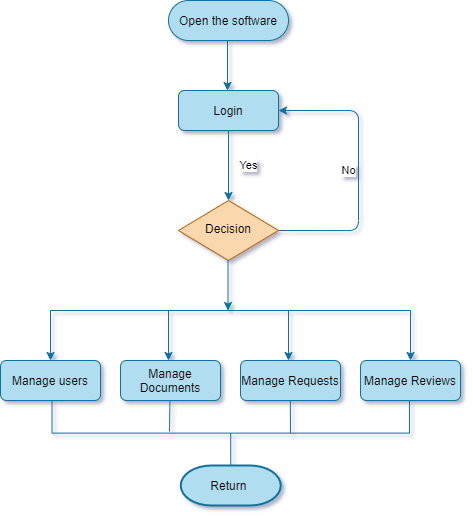
Earlier version of the draw.io export identity-group/sequence-diagram/Admin diagram.png (clecap/sector-coop). Source tidied: cells renumbered, new cells last; positions are measured from the earlier drawing's top-left corner, leaving out a move shared by most shapes. Its diagram source:
```xml
<mxGraphModel>
  <root>
    <mxCell id="0" />
    <mxCell id="1" parent="0" />
    <mxCell id="2" style="group;" parent="1" vertex="1">
      <mxGeometry width="460" height="505" as="geometry" />
    </mxCell>
    <mxCell id="3" style="group;" parent="2" vertex="1">
      <mxGeometry width="460" height="505" as="geometry" />
    </mxCell>
    <mxCell id="4" style="rounded=0;html=1;jettySize=auto;fontSize=11;endArrow=block;endFill=0;endSize=8;strokeWidth=1;shadow=0;labelBackgroundColor=none;edgeStyle=orthogonalEdgeStyle;" parent="3" edge="1" source="8">
      <mxGeometry relative="1" as="geometry">
        <mxPoint x="228" y="130" as="targetPoint" />
      </mxGeometry>
    </mxCell>
    <mxCell id="5" value="Open the software" style="rounded=1;whiteSpace=wrap;html=1;fontSize=12;glass=0;strokeWidth=1;shadow=0;fillColor=#b1ddf0;strokeColor=#10739e;arcSize=50;" parent="3" vertex="1">
      <mxGeometry x="168" width="120" height="40" as="geometry" />
    </mxCell>
    <mxCell id="6" value="No" style="edgeStyle=orthogonalEdgeStyle;rounded=1;html=1;jettySize=auto;orthogonalLoop=1;fontSize=11;endArrow=classic;labelBackgroundColor=#ffffff;entryX=1;entryY=0.5;entryDx=0;entryDy=0;exitX=1;exitY=0.5;exitDx=0;exitDy=0;strokeColor=#10739e;fillColor=#b1ddf0;" parent="3" edge="1">
      <mxGeometry y="10" relative="1" as="geometry">
        <mxPoint x="278" y="230" as="sourcePoint" />
        <mxPoint x="278" y="110" as="targetPoint" />
        <Array as="points">
          <mxPoint x="358" y="230" />
          <mxPoint x="358" y="110" />
        </Array>
      </mxGeometry>
    </mxCell>
    <mxCell id="7" value="Decision" style="rhombus;whiteSpace=wrap;html=1;shadow=0;fontFamily=Helvetica;fontSize=12;align=center;strokeWidth=1;spacing=6;spacingTop=-4;fillColor=#fad7ac;strokeColor=#b46504;" parent="3" vertex="1">
      <mxGeometry x="178" y="200" width="100" height="60" as="geometry" />
    </mxCell>
    <mxCell id="8" value="Login" style="rounded=1;whiteSpace=wrap;html=1;fillColor=#b1ddf0;strokeColor=#10739e;" parent="3" vertex="1">
      <mxGeometry x="178" y="90" width="100" height="40" as="geometry" />
    </mxCell>
    <mxCell id="9" value="Yes" style="rounded=1;html=1;jettySize=auto;fontSize=11;endArrow=classic;labelBackgroundColor=#ffffff;edgeStyle=orthogonalEdgeStyle;exitX=0.5;exitY=1;exitDx=0;exitDy=0;strokeColor=#10739e;fillColor=#b1ddf0;" parent="3" edge="1" source="8" target="7">
      <mxGeometry y="20" relative="1" as="geometry" />
    </mxCell>
    <mxCell id="10" style="rounded=1;html=1;jettySize=auto;orthogonalLoop=1;fontSize=11;endArrow=classic;labelBackgroundColor=#ffffff;edgeStyle=orthogonalEdgeStyle;strokeColor=#10739e;fillColor=#b1ddf0;" parent="3" edge="1">
      <mxGeometry relative="1" as="geometry">
        <mxPoint x="227" y="40" as="sourcePoint" />
        <mxPoint x="227" y="90" as="targetPoint" />
      </mxGeometry>
    </mxCell>
    <mxCell id="11" style="rounded=1;html=1;jettySize=auto;orthogonalLoop=1;fontSize=11;endArrow=classic;labelBackgroundColor=#ffffff;edgeStyle=orthogonalEdgeStyle;strokeColor=#10739e;fillColor=#b1ddf0;" parent="3" edge="1">
      <mxGeometry relative="1" as="geometry">
        <mxPoint x="227.5" y="260" as="sourcePoint" />
        <mxPoint x="227.5" y="310" as="targetPoint" />
      </mxGeometry>
    </mxCell>
    <mxCell id="12" style="endArrow=none;html=1;fillColor=#b1ddf0;strokeColor=#10739e;" parent="3" edge="1">
      <mxGeometry relative="1" as="geometry">
        <mxPoint x="50" y="310" as="sourcePoint" />
        <mxPoint x="410" y="310" as="targetPoint" />
      </mxGeometry>
    </mxCell>
    <mxCell id="13" style="endArrow=classic;html=1;strokeColor=#10739e;fillColor=#b1ddf0;" parent="3" edge="1">
      <mxGeometry relative="1" as="geometry">
        <mxPoint x="50" y="310" as="sourcePoint" />
        <mxPoint x="50" y="360" as="targetPoint" />
      </mxGeometry>
    </mxCell>
    <mxCell id="14" style="endArrow=classic;html=1;strokeColor=#10739e;fillColor=#b1ddf0;" parent="3" edge="1">
      <mxGeometry relative="1" as="geometry">
        <mxPoint x="168" y="310" as="sourcePoint" />
        <mxPoint x="168" y="360" as="targetPoint" />
      </mxGeometry>
    </mxCell>
    <mxCell id="15" style="endArrow=classic;html=1;fillColor=#b1ddf0;strokeColor=#10739e;" parent="3" edge="1">
      <mxGeometry relative="1" as="geometry">
        <mxPoint x="288" y="310" as="sourcePoint" />
        <mxPoint x="288" y="360" as="targetPoint" />
      </mxGeometry>
    </mxCell>
    <mxCell id="16" style="endArrow=classic;html=1;strokeColor=#10739e;fillColor=#b1ddf0;" parent="3" edge="1">
      <mxGeometry relative="1" as="geometry">
        <mxPoint x="410" y="310" as="sourcePoint" />
        <mxPoint x="410" y="360" as="targetPoint" />
      </mxGeometry>
    </mxCell>
    <mxCell id="17" value="Manage users" style="rounded=01;whiteSpace=wrap;html=1;fillColor=#b1ddf0;strokeColor=#10739e;" parent="3" vertex="1">
      <mxGeometry y="360" width="100" height="40" as="geometry" />
    </mxCell>
    <mxCell id="18" value="Manage Documents" style="rounded=1;whiteSpace=wrap;html=1;strokeColor=#10739e;fillColor=#b1ddf0;" parent="3" vertex="1">
      <mxGeometry x="120" y="360" width="100" height="40" as="geometry" />
    </mxCell>
    <mxCell id="19" value="Manage Requests" style="rounded=1;whiteSpace=wrap;html=1;strokeColor=#10739e;fillColor=#b1ddf0;" parent="3" vertex="1">
      <mxGeometry x="240" y="360" width="100" height="40" as="geometry" />
    </mxCell>
    <mxCell id="20" value="Manage Reviews" style="rounded=1;whiteSpace=wrap;html=1;strokeColor=#10739e;fillColor=#b1ddf0;" parent="3" vertex="1">
      <mxGeometry x="360" y="360" width="100" height="40" as="geometry" />
    </mxCell>
    <mxCell id="21" style="strokeWidth=1;html=1;shape=mxgraph.flowchart.annotation_2;align=left;labelPosition=right;rotation=-90;fillColor=#b1ddf0;strokeColor=#10739e;" parent="3" vertex="1">
      <mxGeometry x="197.6" y="253.9" width="65.2" height="357.5" as="geometry" />
    </mxCell>
    <mxCell id="22" style="endArrow=none;html=1;fillColor=#b1ddf0;strokeColor=#10739e;" parent="3" edge="1">
      <mxGeometry relative="1" as="geometry">
        <mxPoint x="169" y="431" as="sourcePoint" />
        <mxPoint x="169.4" y="401" as="targetPoint" />
      </mxGeometry>
    </mxCell>
    <mxCell id="23" style="endArrow=none;html=1;fillColor=#b1ddf0;strokeColor=#10739e;" parent="3" edge="1">
      <mxGeometry relative="1" as="geometry">
        <mxPoint x="290" y="433" as="sourcePoint" />
        <mxPoint x="289.8" y="400" as="targetPoint" />
      </mxGeometry>
    </mxCell>
    <mxCell id="24" value="Return&amp;nbsp;" style="strokeWidth=2;html=1;shape=mxgraph.flowchart.terminator;whiteSpace=wrap;fillColor=#b1ddf0;strokeColor=#10739e;" parent="3" vertex="1">
      <mxGeometry x="180.2" y="465" width="100" height="40" as="geometry" />
    </mxCell>
  </root>
</mxGraphModel>
```
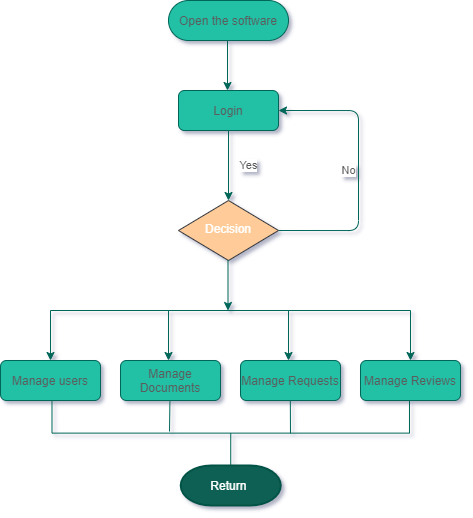
The same file after the commit.

Commit message:
Admin diagram

What changed in the source:
```diff
@@ -2,21 +2,21 @@
   <root>
     <mxCell id="0" />
     <mxCell id="1" parent="0" />
-    <mxCell id="2" style="group;" parent="1" vertex="1">
+    <mxCell id="2" style="group;fontColor=#5C5C5C;" parent="1" vertex="1">
       <mxGeometry width="460" height="505" as="geometry" />
     </mxCell>
-    <mxCell id="3" style="group;" parent="2" vertex="1">
+    <mxCell id="3" style="group;fontColor=#5C5C5C;" parent="2" vertex="1">
       <mxGeometry width="460" height="505" as="geometry" />
     </mxCell>
-    <mxCell id="4" style="rounded=0;html=1;jettySize=auto;fontSize=11;endArrow=block;endFill=0;endSize=8;strokeWidth=1;shadow=0;labelBackgroundColor=none;edgeStyle=orthogonalEdgeStyle;" parent="3" edge="1" source="8">
+    <mxCell id="4" style="rounded=0;html=1;jettySize=auto;fontSize=11;endArrow=block;endFill=0;endSize=8;strokeWidth=1;shadow=0;labelBackgroundColor=none;edgeStyle=orthogonalEdgeStyle;strokeColor=#006658;fontColor=#5C5C5C;" parent="3" edge="1" source="8">
       <mxGeometry relative="1" as="geometry">
         <mxPoint x="228" y="130" as="targetPoint" />
       </mxGeometry>
     </mxCell>
-    <mxCell id="5" value="Open the software" style="rounded=1;whiteSpace=wrap;html=1;fontSize=12;glass=0;strokeWidth=1;shadow=0;fillColor=#b1ddf0;strokeColor=#10739e;arcSize=50;" parent="3" vertex="1">
+    <mxCell id="5" value="Open the software" style="rounded=1;whiteSpace=wrap;html=1;fontSize=12;glass=0;strokeWidth=1;shadow=0;fillColor=#21C0A5;strokeColor=#006658;arcSize=50;fontColor=#5C5C5C;" parent="3" vertex="1">
       <mxGeometry x="168" width="120" height="40" as="geometry" />
     </mxCell>
-    <mxCell id="6" value="No" style="edgeStyle=orthogonalEdgeStyle;rounded=1;html=1;jettySize=auto;orthogonalLoop=1;fontSize=11;endArrow=classic;labelBackgroundColor=#ffffff;entryX=1;entryY=0.5;entryDx=0;entryDy=0;exitX=1;exitY=0.5;exitDx=0;exitDy=0;strokeColor=#10739e;fillColor=#b1ddf0;" parent="3" edge="1">
+    <mxCell id="6" value="No" style="edgeStyle=orthogonalEdgeStyle;rounded=1;html=1;jettySize=auto;orthogonalLoop=1;fontSize=11;endArrow=classic;entryX=1;entryY=0.5;entryDx=0;entryDy=0;exitX=1;exitY=0.5;exitDx=0;exitDy=0;strokeColor=#006658;fillColor=#21C0A5;fontColor=#5C5C5C;" parent="3" edge="1">
       <mxGeometry y="10" relative="1" as="geometry">
         <mxPoint x="278" y="230" as="sourcePoint" />
         <mxPoint x="278" y="110" as="targetPoint" />
@@ -26,85 +26,85 @@
         </Array>
       </mxGeometry>
     </mxCell>
-    <mxCell id="7" value="Decision" style="rhombus;whiteSpace=wrap;html=1;shadow=0;fontFamily=Helvetica;fontSize=12;align=center;strokeWidth=1;spacing=6;spacingTop=-4;fillColor=#fad7ac;strokeColor=#b46504;" parent="3" vertex="1">
+    <mxCell id="7" value="&lt;font color=&quot;#ffffff&quot;&gt;Decision&lt;/font&gt;" style="rhombus;whiteSpace=wrap;html=1;shadow=0;fontFamily=Helvetica;fontSize=12;align=center;strokeWidth=1;spacing=6;spacingTop=-4;fillColor=#ffcc99;strokeColor=#36393d;" parent="3" vertex="1">
       <mxGeometry x="178" y="200" width="100" height="60" as="geometry" />
     </mxCell>
-    <mxCell id="8" value="Login" style="rounded=1;whiteSpace=wrap;html=1;fillColor=#b1ddf0;strokeColor=#10739e;" parent="3" vertex="1">
+    <mxCell id="8" value="Login" style="rounded=1;whiteSpace=wrap;html=1;fillColor=#21C0A5;strokeColor=#006658;fontColor=#5C5C5C;" parent="3" vertex="1">
       <mxGeometry x="178" y="90" width="100" height="40" as="geometry" />
     </mxCell>
-    <mxCell id="9" value="Yes" style="rounded=1;html=1;jettySize=auto;fontSize=11;endArrow=classic;labelBackgroundColor=#ffffff;edgeStyle=orthogonalEdgeStyle;exitX=0.5;exitY=1;exitDx=0;exitDy=0;strokeColor=#10739e;fillColor=#b1ddf0;" parent="3" edge="1" source="8" target="7">
+    <mxCell id="9" value="Yes" style="rounded=1;html=1;jettySize=auto;fontSize=11;endArrow=classic;edgeStyle=orthogonalEdgeStyle;exitX=0.5;exitY=1;exitDx=0;exitDy=0;strokeColor=#006658;fillColor=#21C0A5;fontColor=#5C5C5C;" parent="3" edge="1" source="8" target="7">
       <mxGeometry y="20" relative="1" as="geometry" />
     </mxCell>
-    <mxCell id="10" style="rounded=1;html=1;jettySize=auto;orthogonalLoop=1;fontSize=11;endArrow=classic;labelBackgroundColor=#ffffff;edgeStyle=orthogonalEdgeStyle;strokeColor=#10739e;fillColor=#b1ddf0;" parent="3" edge="1">
+    <mxCell id="10" style="rounded=1;html=1;jettySize=auto;orthogonalLoop=1;fontSize=11;endArrow=classic;edgeStyle=orthogonalEdgeStyle;strokeColor=#006658;fillColor=#21C0A5;fontColor=#5C5C5C;" parent="3" edge="1">
       <mxGeometry relative="1" as="geometry">
         <mxPoint x="227" y="40" as="sourcePoint" />
         <mxPoint x="227" y="90" as="targetPoint" />
       </mxGeometry>
     </mxCell>
-    <mxCell id="11" style="rounded=1;html=1;jettySize=auto;orthogonalLoop=1;fontSize=11;endArrow=classic;labelBackgroundColor=#ffffff;edgeStyle=orthogonalEdgeStyle;strokeColor=#10739e;fillColor=#b1ddf0;" parent="3" edge="1">
+    <mxCell id="11" style="rounded=1;html=1;jettySize=auto;orthogonalLoop=1;fontSize=11;endArrow=classic;edgeStyle=orthogonalEdgeStyle;strokeColor=#006658;fillColor=#21C0A5;fontColor=#5C5C5C;" parent="3" edge="1">
       <mxGeometry relative="1" as="geometry">
         <mxPoint x="227.5" y="260" as="sourcePoint" />
         <mxPoint x="227.5" y="310" as="targetPoint" />
       </mxGeometry>
     </mxCell>
-    <mxCell id="12" style="endArrow=none;html=1;fillColor=#b1ddf0;strokeColor=#10739e;" parent="3" edge="1">
+    <mxCell id="12" style="endArrow=none;html=1;fillColor=#21C0A5;strokeColor=#006658;fontColor=#5C5C5C;" parent="3" edge="1">
       <mxGeometry relative="1" as="geometry">
         <mxPoint x="50" y="310" as="sourcePoint" />
         <mxPoint x="410" y="310" as="targetPoint" />
       </mxGeometry>
     </mxCell>
-    <mxCell id="13" style="endArrow=classic;html=1;strokeColor=#10739e;fillColor=#b1ddf0;" parent="3" edge="1">
+    <mxCell id="13" style="endArrow=classic;html=1;strokeColor=#006658;fillColor=#21C0A5;fontColor=#5C5C5C;" parent="3" edge="1">
       <mxGeometry relative="1" as="geometry">
         <mxPoint x="50" y="310" as="sourcePoint" />
         <mxPoint x="50" y="360" as="targetPoint" />
       </mxGeometry>
     </mxCell>
-    <mxCell id="14" style="endArrow=classic;html=1;strokeColor=#10739e;fillColor=#b1ddf0;" parent="3" edge="1">
+    <mxCell id="14" style="endArrow=classic;html=1;strokeColor=#006658;fillColor=#21C0A5;fontColor=#5C5C5C;" parent="3" edge="1">
       <mxGeometry relative="1" as="geometry">
         <mxPoint x="168" y="310" as="sourcePoint" />
         <mxPoint x="168" y="360" as="targetPoint" />
       </mxGeometry>
     </mxCell>
-    <mxCell id="15" style="endArrow=classic;html=1;fillColor=#b1ddf0;strokeColor=#10739e;" parent="3" edge="1">
+    <mxCell id="15" style="endArrow=classic;html=1;fillColor=#21C0A5;strokeColor=#006658;fontColor=#5C5C5C;" parent="3" edge="1">
       <mxGeometry relative="1" as="geometry">
         <mxPoint x="288" y="310" as="sourcePoint" />
         <mxPoint x="288" y="360" as="targetPoint" />
       </mxGeometry>
     </mxCell>
-    <mxCell id="16" style="endArrow=classic;html=1;strokeColor=#10739e;fillColor=#b1ddf0;" parent="3" edge="1">
+    <mxCell id="16" style="endArrow=classic;html=1;strokeColor=#006658;fillColor=#21C0A5;fontColor=#5C5C5C;" parent="3" edge="1">
       <mxGeometry relative="1" as="geometry">
         <mxPoint x="410" y="310" as="sourcePoint" />
         <mxPoint x="410" y="360" as="targetPoint" />
       </mxGeometry>
     </mxCell>
-    <mxCell id="17" value="Manage users" style="rounded=01;whiteSpace=wrap;html=1;fillColor=#b1ddf0;strokeColor=#10739e;" parent="3" vertex="1">
+    <mxCell id="17" value="Manage users" style="rounded=01;whiteSpace=wrap;html=1;fillColor=#21C0A5;strokeColor=#006658;fontColor=#5C5C5C;" parent="3" vertex="1">
       <mxGeometry y="360" width="100" height="40" as="geometry" />
     </mxCell>
-    <mxCell id="18" value="Manage Documents" style="rounded=1;whiteSpace=wrap;html=1;strokeColor=#10739e;fillColor=#b1ddf0;" parent="3" vertex="1">
+    <mxCell id="18" value="Manage Documents" style="rounded=1;whiteSpace=wrap;html=1;strokeColor=#006658;fillColor=#21C0A5;fontColor=#5C5C5C;" parent="3" vertex="1">
       <mxGeometry x="120" y="360" width="100" height="40" as="geometry" />
     </mxCell>
-    <mxCell id="19" value="Manage Requests" style="rounded=1;whiteSpace=wrap;html=1;strokeColor=#10739e;fillColor=#b1ddf0;" parent="3" vertex="1">
+    <mxCell id="19" value="Manage Requests" style="rounded=1;whiteSpace=wrap;html=1;strokeColor=#006658;fillColor=#21C0A5;fontColor=#5C5C5C;" parent="3" vertex="1">
       <mxGeometry x="240" y="360" width="100" height="40" as="geometry" />
     </mxCell>
-    <mxCell id="20" value="Manage Reviews" style="rounded=1;whiteSpace=wrap;html=1;strokeColor=#10739e;fillColor=#b1ddf0;" parent="3" vertex="1">
+    <mxCell id="20" value="Manage Reviews" style="rounded=1;whiteSpace=wrap;html=1;strokeColor=#006658;fillColor=#21C0A5;fontColor=#5C5C5C;" parent="3" vertex="1">
       <mxGeometry x="360" y="360" width="100" height="40" as="geometry" />
     </mxCell>
-    <mxCell id="21" style="strokeWidth=1;html=1;shape=mxgraph.flowchart.annotation_2;align=left;labelPosition=right;rotation=-90;fillColor=#b1ddf0;strokeColor=#10739e;" parent="3" vertex="1">
+    <mxCell id="21" style="strokeWidth=1;html=1;shape=mxgraph.flowchart.annotation_2;align=left;labelPosition=right;rotation=-90;fillColor=#21C0A5;strokeColor=#006658;fontColor=#5C5C5C;" parent="3" vertex="1">
       <mxGeometry x="197.6" y="253.9" width="65.2" height="357.5" as="geometry" />
     </mxCell>
-    <mxCell id="22" style="endArrow=none;html=1;fillColor=#b1ddf0;strokeColor=#10739e;" parent="3" edge="1">
+    <mxCell id="22" style="endArrow=none;html=1;fillColor=#21C0A5;strokeColor=#006658;fontColor=#5C5C5C;" parent="3" edge="1">
       <mxGeometry relative="1" as="geometry">
         <mxPoint x="169" y="431" as="sourcePoint" />
         <mxPoint x="169.4" y="401" as="targetPoint" />
       </mxGeometry>
     </mxCell>
-    <mxCell id="23" style="endArrow=none;html=1;fillColor=#b1ddf0;strokeColor=#10739e;" parent="3" edge="1">
+    <mxCell id="23" style="endArrow=none;html=1;fillColor=#21C0A5;strokeColor=#006658;fontColor=#5C5C5C;" parent="3" edge="1">
       <mxGeometry relative="1" as="geometry">
         <mxPoint x="290" y="433" as="sourcePoint" />
         <mxPoint x="289.8" y="400" as="targetPoint" />
       </mxGeometry>
     </mxCell>
-    <mxCell id="24" value="Return&amp;nbsp;" style="strokeWidth=2;html=1;shape=mxgraph.flowchart.terminator;whiteSpace=wrap;fillColor=#b1ddf0;strokeColor=#10739e;" parent="3" vertex="1">
+    <mxCell id="24" value="&lt;font color=&quot;#ffffff&quot;&gt;Return&amp;nbsp;&lt;/font&gt;" style="strokeWidth=2;html=1;shape=mxgraph.flowchart.terminator;whiteSpace=wrap;fontColor=#5C5C5C;strokeColor=#005246;fillColor=#116153;" parent="3" vertex="1">
       <mxGeometry x="180.2" y="465" width="100" height="40" as="geometry" />
     </mxCell>
   </root>
```
